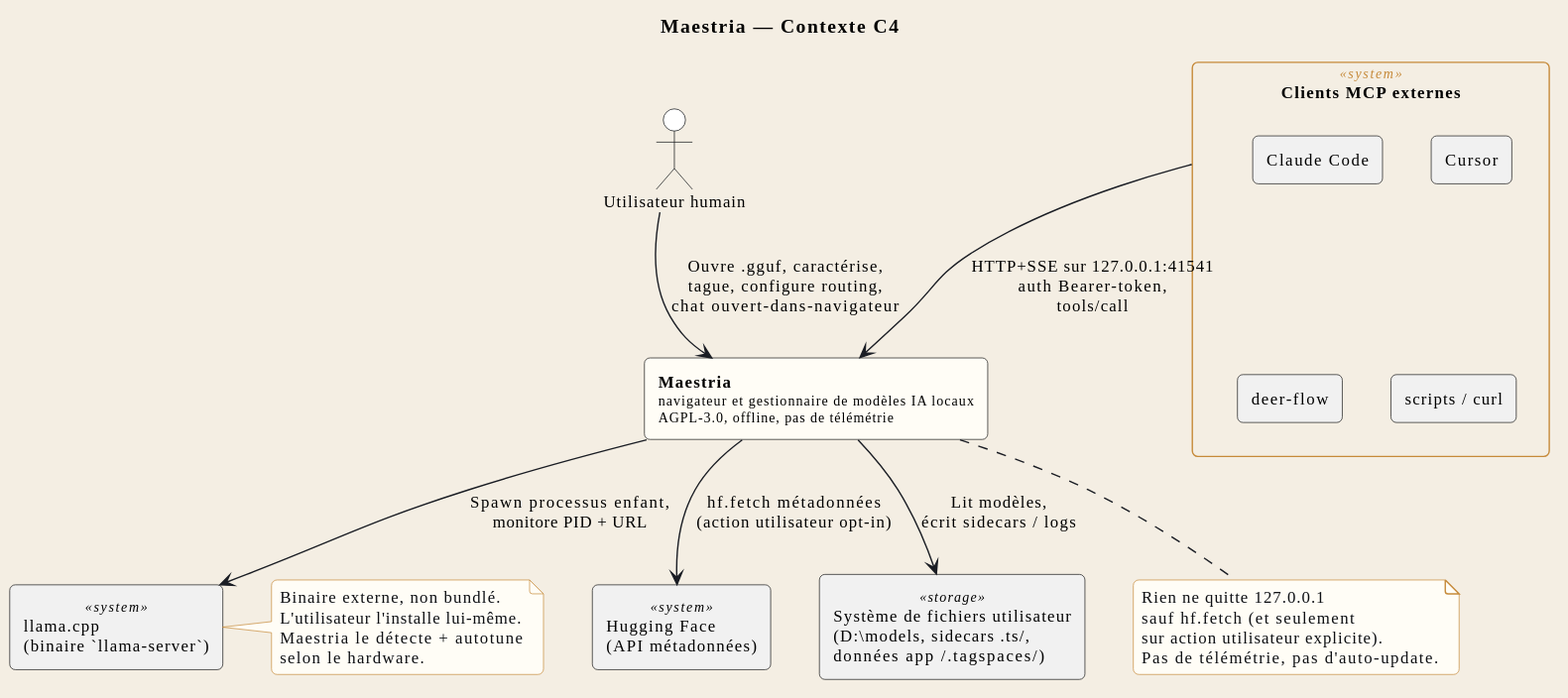
Earlier version of the PlantUML export docs/fr/svg/c4-context.svg (Syphys/maestria). The source it was exported from:
```plantuml
@startuml
!include ../_includes/style.iuml


skinparam rectangle {
  StereotypeFontSize 10
}

title Maestria — Contexte C4

actor "Utilisateur humain" as USER
rectangle "**Maestria**\n<size:10>navigateur et gestionnaire de modèles IA locaux</size>\n<size:10>AGPL-3.0, offline, pas de télémétrie</size>" as SYS #FFFDF6

rectangle "Clients MCP externes" <<system>> as MCP {
  rectangle "Claude Code" as MCP_CC
  rectangle "Cursor" as MCP_CUR
  rectangle "deer-flow" as MCP_DF
  rectangle "scripts / curl" as MCP_SH
}
rectangle "llama.cpp\n(binaire `llama-server`)" <<system>> as LLAMA
rectangle "Hugging Face\n(API métadonnées)" <<system>> as HF
rectangle "Système de fichiers utilisateur\n(D:\\models, sidecars .ts/,\ndonnées app ~/.tagspaces/)" <<storage>> as FS

USER --> SYS : Ouvre .gguf, caractérise,\ntague, configure routing,\nchat ouvert-dans-navigateur
SYS --> LLAMA : Spawn processus enfant,\nmonitore PID + URL
SYS --> FS : Lit modèles,\nécrit sidecars / logs
SYS --> HF : hf.fetch métadonnées\n(action utilisateur opt-in)
MCP --> SYS : HTTP+SSE sur 127.0.0.1:41541\nauth Bearer-token,\ntools/call

note bottom of SYS
  Rien ne quitte 127.0.0.1
  sauf hf.fetch (et seulement
  sur action utilisateur explicite).
  Pas de télémétrie, pas d'auto-update.
end note

note right of LLAMA
  Binaire externe, non bundlé.
  L'utilisateur l'installe lui-même.
  Maestria le détecte + autotune
  selon le hardware.
end note
@enduml
```
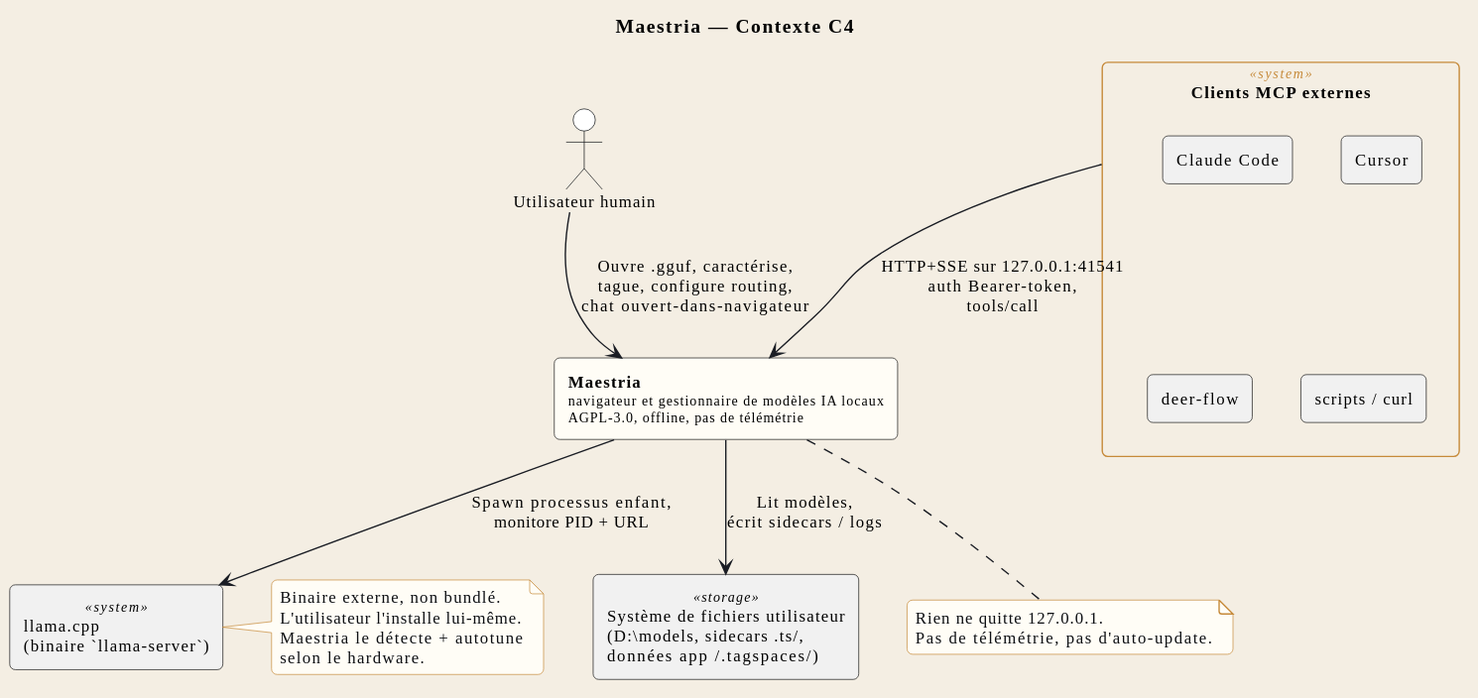
After the change.

Change to the diagram source:
```diff
@@ -6,38 +6,34 @@
   StereotypeFontSize 10
 }
 
-title Maestria — Contexte C4
+title STR_C4CTX_TITLE
 
-actor "Utilisateur humain" as USER
-rectangle "**Maestria**\n<size:10>navigateur et gestionnaire de modèles IA locaux</size>\n<size:10>AGPL-3.0, offline, pas de télémétrie</size>" as SYS #FFFDF6
+actor "STR_C4CTX_USER" as USER
+rectangle "STR_C4CTX_SYS_LABEL" as SYS #FFFDF6
 
-rectangle "Clients MCP externes" <<system>> as MCP {
+rectangle "STR_C4CTX_MCP_LABEL" <<system>> as MCP {
   rectangle "Claude Code" as MCP_CC
   rectangle "Cursor" as MCP_CUR
   rectangle "deer-flow" as MCP_DF
-  rectangle "scripts / curl" as MCP_SH
+  rectangle "STR_C4CTX_MCP_SH" as MCP_SH
 }
-rectangle "llama.cpp\n(binaire `llama-server`)" <<system>> as LLAMA
-rectangle "Hugging Face\n(API métadonnées)" <<system>> as HF
-rectangle "Système de fichiers utilisateur\n(D:\\models, sidecars .ts/,\ndonnées app ~/.tagspaces/)" <<storage>> as FS
+rectangle "STR_C4CTX_LLAMA_LABEL" <<system>> as LLAMA
+rectangle "STR_C4CTX_FS_LABEL" <<storage>> as FS
 
-USER --> SYS : Ouvre .gguf, caractérise,\ntague, configure routing,\nchat ouvert-dans-navigateur
-SYS --> LLAMA : Spawn processus enfant,\nmonitore PID + URL
-SYS --> FS : Lit modèles,\nécrit sidecars / logs
-SYS --> HF : hf.fetch métadonnées\n(action utilisateur opt-in)
-MCP --> SYS : HTTP+SSE sur 127.0.0.1:41541\nauth Bearer-token,\ntools/call
+USER --> SYS : STR_C4CTX_REL_USER_SYS
+SYS --> LLAMA : STR_C4CTX_REL_SYS_LLAMA
+SYS --> FS : STR_C4CTX_REL_SYS_FS
+MCP --> SYS : STR_C4CTX_REL_MCP_SYS
 
 note bottom of SYS
-  Rien ne quitte 127.0.0.1
-  sauf hf.fetch (et seulement
-  sur action utilisateur explicite).
-  Pas de télémétrie, pas d'auto-update.
+  STR_C4CTX_NOTE_SYS_L1
+  STR_C4CTX_NOTE_SYS_L2
 end note
 
 note right of LLAMA
-  Binaire externe, non bundlé.
-  L'utilisateur l'installe lui-même.
-  Maestria le détecte + autotune
-  selon le hardware.
+  STR_C4CTX_NOTE_LLAMA_L1
+  STR_C4CTX_NOTE_LLAMA_L2
+  STR_C4CTX_NOTE_LLAMA_L3
+  STR_C4CTX_NOTE_LLAMA_L4
 end note
 @enduml
```
